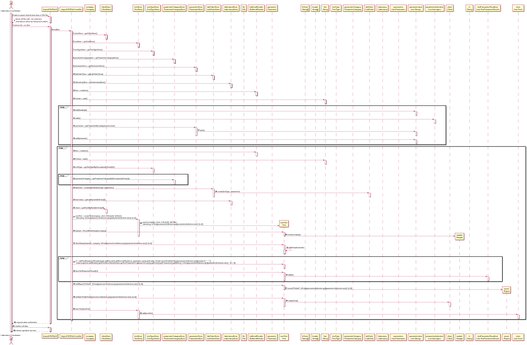
Earlier version of the PlantUML export docs/SprintD/US17_ImportClinicalTests/US017_SD.svg (Pedromaia26/LAPR2-ISEP). The source it was exported from:
```plantuml
@startuml

actor "Laboratory Coordinator" as LC
participant ":ImportCSVFileUI" as Interface
participant ":ImportCSVFileController" as Controller
participant "company\n:Company" as company
participant "clientStore\n:ClientStore" as cStore
participant "testStore\n:TestStore" as tStore
participant "testTypeStore\n:TestTypeStore" as ttStore
participant "parameterCategoryStore\n:ParameterCategoryStore" as pcStore
participant "parameterStore\n:ParameterStore" as pStore
participant "labOrderStore\n:LabOrderStore" as loStore
participant "laboratoryStore\n:LaboratoryStore" as lStore
participant "file\n:File" as file
participant "bufferedReader\n:BufferedReader" as br
participant "parameter\n:Parameter" as parameter
participant "newTest\n:Test" as test
participant "lsTests\n:String[]" as tests
participant "header\n:String[]" as header
participant "line\n:String" as line
participant "testType\n:TestType" as tt
participant "parameterCategory\n:ParameterCategory" as pc
participant "labOrder\n:LabOrder" as lo
participant "laboratory\n:Laboratory" as l
participant "parameters\n:List<Parameter>" as lParameters
participant "parameterstest\n:List<String>" as lptest
participant "parametersIndextest\n:List<Intereger>" as lpttest
participant "client\n:Client" as c
participant "sample\n:Sample" as sample
participant "r1\n:String" as r1
participant "testParameterResultList\n:List<TestParameterResult>" as tprlist
participant "report\n:Report" as report
participant "tests\n:List<Test>" as lTests

autonumber

activate LC
LC -> Interface: asks to import clinical tests from a CSV file
activate Interface
Interface --> LC: shows all files with .csv extension\n and asks to select as many as he wants
deactivate Interface
LC -> Interface: selects the .csv files
activate Interface
Interface -> Controller: test(file)
activate Controller
Controller -> cStore: clientStore = getClientStore()
activate cStore
deactivate cStore
Controller -> tStore: testStore = getTestStore()
activate tStore
deactivate tStore
Controller -> ttStore: testTypeStore = getTestTypeStore()
activate ttStore
deactivate ttStore
Controller -> pcStore: parameterCategoryStore = getParameterCategoryStore()
activate pcStore
deactivate pcStore
Controller -> pStore: parameterStore = getParameterStore()
activate pStore
deactivate pStore
Controller -> loStore: labOrderStore = getLabOrderStore()
activate loStore
deactivate loStore
Controller -> lStore: laboratoryStore = getLaboratoryStore()
activate lStore
deactivate lStore
Controller -> br: line = readLine()
activate br
deactivate br
Controller -> line: header = split()
activate line
deactivate line
loop
Controller -> lptest: add(header[x])
activate lptest
deactivate lptest
Controller -> lpttest: add(x)
activate lpttest
deactivate lpttest
Controller -> pStore: parameter = getParameterByCode(parameterstest)
activate pStore
pStore -> lptest: get(x)
activate lptest
deactivate lptest
deactivate pStore
Controller -> lptest: add(parameter)
activate lptest
deactivate lptest
end
loop
Controller -> br: line = readLine()
activate br
deactivate br
Controller -> line: lsTests = split()
activate line
deactivate line
Controller -> ttStore: testType = getTestTypeByDescription(lsTests[11])
activate ttStore
deactivate ttStore
loop
Controller -> pcStore: parameterCategory = getParameterCategoryByDescription(lsTests[x])
activate pcStore
deactivate pcStore
end
Controller -> loStore: labOrder = createLabOrder(testType, parameters)
activate loStore
loStore -> lo: create(testType, parameters)
activate lo
deactivate lo
deactivate loStore
Controller -> lStore: laboratory = getLabByLabId(lsTests[2])
activate lStore
deactivate lStore
Controller -> cStore: client = getClientByEmail(lsTests[9])
activate cStore
deactivate cStore
Controller -> tStore: newTest = createTest(company, client, lsTests[1], labOrder,\n laboratory, lsTests[parametersIndextest.get(parametersIndextest.size()-1)+1])
activate tStore
tStore -> test**: create(company, client, lsTests[1], labOrder,\n laboratory, lsTests[parametersIndextest.get(parametersIndextest.size()-1)+1])
Controller -> test: sample = RecordNewSample(company)
activate test
test -> sample**: create(company)
deactivate test
deactivate tStore
Controller -> test: SaveSample(sample, company, lsTests[parametersIndextest.get(parametersIndextest.size()-1)+1])
activate test
test -> test: addSample(sample)
activate test
deactivate test
deactivate test
loop
Controller -> test: r1 = addTestParameterResult(sample.getBarcode().getBarcodeNumber(), parameters.get(j).getCode(), Double.parseDouble(lsTests[parametersIndextest.get(j)].replace(",", ".")),\n newtest.getExternalModule().getReferenceValue(newtest.getTestParameterFor(parameters.get(j).getCode()).getParameter()).getMetric(), lsTests[parametersIndextest.get(parametersIndextest.size() - 1) + 2])
activate test
deactivate test
Controller -> test: saveTestParameterResult(r1)
activate test
test -> tprlist: add(r1)
activate tprlist
deactivate tprlist
deactivate test
end
Controller -> test: addReport("Default", lsTests[parametersIndextest.get(parametersIndextest.size()-1)+3])
activate test
test -> report**: create("Default", lsTests[parametersIndextest.get(parametersIndextest.size()-1)+3])
deactivate test
Controller -> test: validateTest(lsTests[parametersIndextest.get(parametersIndextest.size()-1)+4])
activate test
test -> c: notifyClient()
activate c
deactivate c
deactivate test
Controller -> tStore: saveTest(newTest)
activate tStore
tStore -> lTests: add(newTest)
activate lTests
deactivate lTests
deactivate tStore
end
deactivate Controller
Interface --> LC:requests data confirmation
deactivate Interface
LC -> Interface:confirms all data
activate Interface
Interface --> LC:informs operation success
deactivate Interface
deactivate LC
@enduml
```
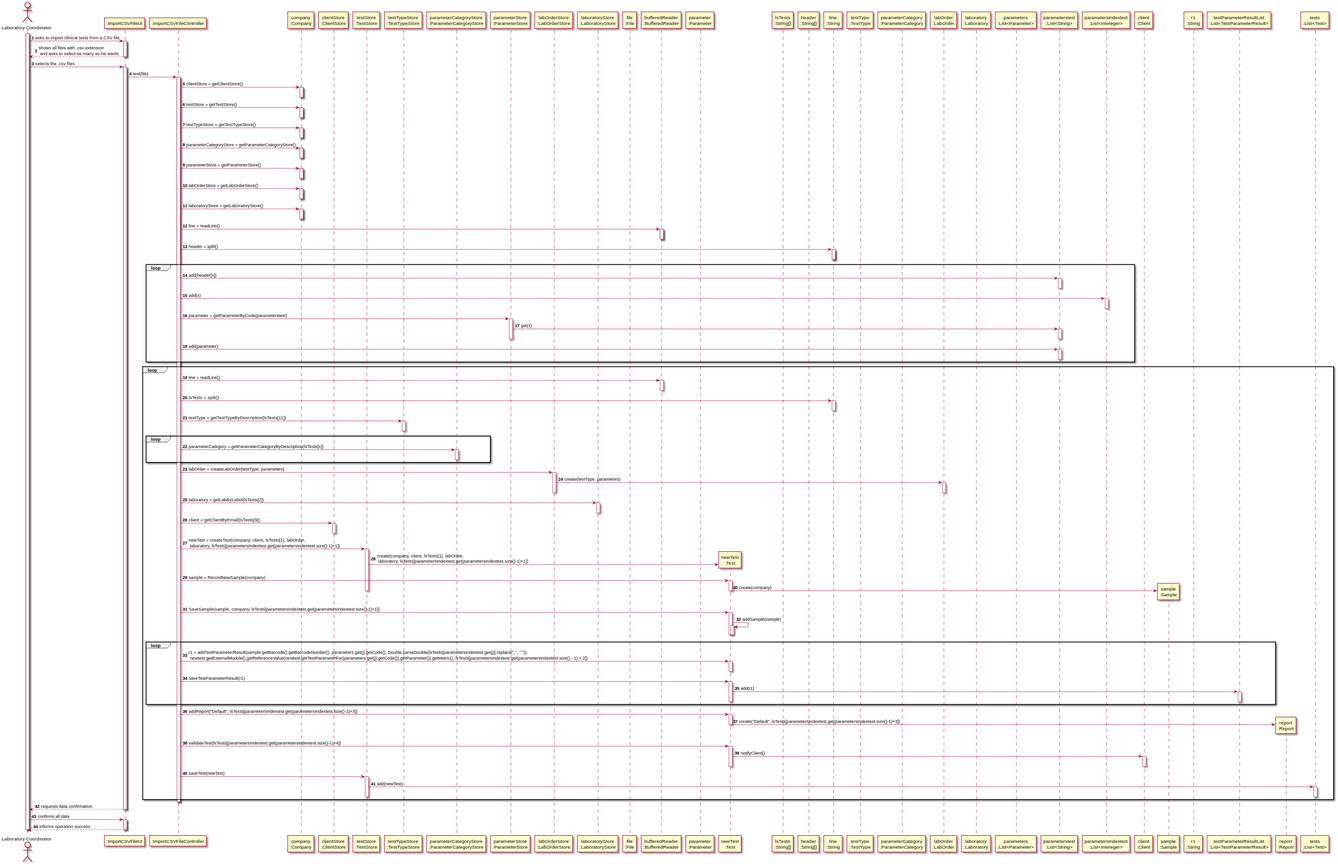
After the commit.

What changed in the source:
```diff
@@ -43,27 +43,27 @@
 activate Interface
 Interface -> Controller: test(file)
 activate Controller
-Controller -> cStore: clientStore = getClientStore()
-activate cStore
-deactivate cStore
-Controller -> tStore: testStore = getTestStore()
-activate tStore
-deactivate tStore
-Controller -> ttStore: testTypeStore = getTestTypeStore()
-activate ttStore
-deactivate ttStore
-Controller -> pcStore: parameterCategoryStore = getParameterCategoryStore()
-activate pcStore
-deactivate pcStore
-Controller -> pStore: parameterStore = getParameterStore()
-activate pStore
-deactivate pStore
-Controller -> loStore: labOrderStore = getLabOrderStore()
-activate loStore
-deactivate loStore
-Controller -> lStore: laboratoryStore = getLaboratoryStore()
-activate lStore
-deactivate lStore
+Controller -> company: clientStore = getClientStore()
+activate company
+deactivate company
+Controller -> company: testStore = getTestStore()
+activate company
+deactivate company
+Controller -> company: testTypeStore = getTestTypeStore()
+activate company
+deactivate company
+Controller -> company: parameterCategoryStore = getParameterCategoryStore()
+activate company
+deactivate company
+Controller -> company: parameterStore = getParameterStore()
+activate company
+deactivate company
+Controller -> company: labOrderStore = getLabOrderStore()
+activate company
+deactivate company
+Controller -> company: laboratoryStore = getLaboratoryStore()
+activate company
+deactivate company
 Controller -> br: line = readLine()
 activate br
 deactivate br
```
